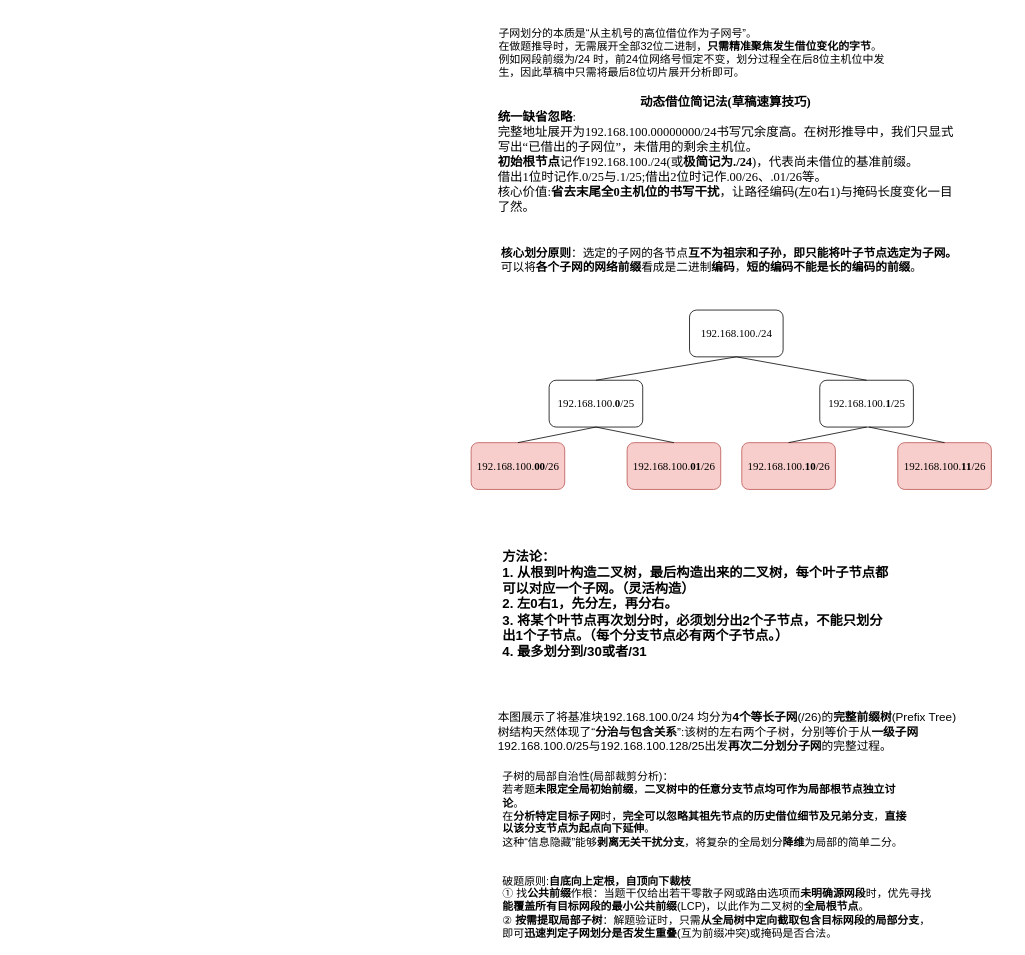
The draw.io diagram 绘图/变长掩码子网划分.drawio in galaxynn/PostgraduateEntranceExams, before the edit. Source tidied: cells renumbered, new cells numbered last; positions are measured from the earlier drawing's top-left corner, leaving out a move shared by most shapes. Both pictures are drawn from the tidied source at 78%, with x=0, y=0 at pixel (471, 13).
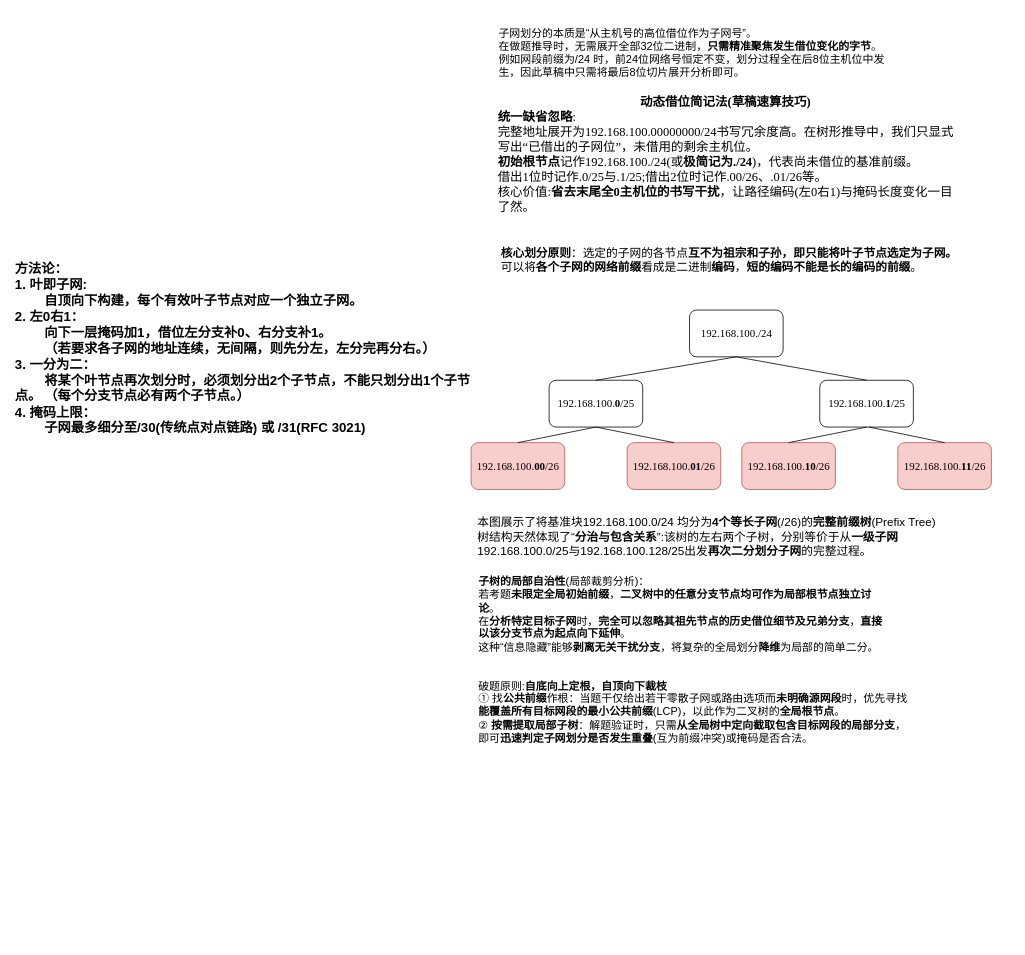
Above is the later version.

What changed in the source:
```diff
@@
-    <mxCell id="17" value="&lt;font style=&quot;font-size: 17px;&quot; face=&quot;华文中宋&quot;&gt;&lt;b&gt;方法论：&lt;br&gt;1. 从根到叶构造二叉树，最后构造出来的二叉树，每个叶子节点都可以对应一个子网。（灵活构造）&lt;br&gt;2. 左0右1，先分左，再分右。&lt;br&gt;3. 将某个叶节点再次划分时，必须划分出2个子节点，不能只划分出1个子节点。（&lt;/b&gt;&lt;/font&gt;&lt;b style=&quot;font-family: 华文中宋; font-size: 17px;&quot;&gt;每个分支节点必有两个子节点。&lt;/b&gt;&lt;font style=&quot;font-size: 17px;&quot; face=&quot;华文中宋&quot;&gt;&lt;b&gt;）&lt;br&gt;4. 最多划分到/30或者/31&lt;/b&gt;&lt;/font&gt;" style="text;html=1;align=left;verticalAlign=middle;whiteSpace=wrap;rounded=0;" parent="1" vertex="1">
-      <mxGeometry x="38" y="680" width="498" height="155" as="geometry" />
+    <mxCell id="17" value="&lt;font style=&quot;&quot; face=&quot;华文中宋&quot;&gt;&lt;b style=&quot;font-size: 17px;&quot;&gt;方法论：&lt;/b&gt;&lt;br&gt;&lt;b style=&quot;font-size: 17px;&quot;&gt;1. &lt;/b&gt;&lt;span style=&quot;font-size: 17px;&quot;&gt;&lt;b&gt;叶即子网: &lt;br&gt;&lt;span style=&quot;white-space: pre;&quot;&gt;&#9;&lt;/span&gt;自顶向下构建，每个有效叶子节点对应一个独立子网。&lt;/b&gt;&lt;/span&gt;&lt;br&gt;&lt;b style=&quot;font-size: 17px;&quot;&gt;2.&amp;nbsp;&lt;/b&gt;&lt;span style=&quot;font-size: 17px;&quot;&gt;&lt;b&gt;左0右1：&lt;br&gt;&lt;span style=&quot;white-space: pre;&quot;&gt;&#9;&lt;/span&gt;向下一层掩码加1，借位左分支补0、右分支补1。&lt;br&gt;&lt;span style=&quot;white-space: pre;&quot;&gt;&#9;&lt;/span&gt;（若要求各子网的地址连续，无间隔，则先分左，左分完再分右。）&lt;/b&gt;&lt;/span&gt;&lt;br&gt;&lt;b style=&quot;font-size: 17px;&quot;&gt;3. 一分为二：&lt;br&gt;&lt;span style=&quot;white-space: pre;&quot;&gt;&#9;&lt;/span&gt;将某个叶节点再次划分时，必须划分出2个子节点，不能只划分出1个子节点。&lt;span style=&quot;white-space: pre;&quot;&gt;&#9;&lt;/span&gt;（&lt;/b&gt;&lt;/font&gt;&lt;b style=&quot;font-family: 华文中宋; font-size: 17px;&quot;&gt;每个分支节点必有两个子节点。&lt;/b&gt;&lt;font style=&quot;font-size: 17px;&quot; face=&quot;华文中宋&quot;&gt;&lt;b&gt;）&lt;br&gt;4. 掩码上限：&lt;br&gt;&lt;/b&gt;&lt;/font&gt;&lt;span style=&quot;background-color: transparent; font-size: 17px;&quot;&gt;&lt;font face=&quot;华文中宋&quot;&gt;&lt;b&gt;&lt;span style=&quot;white-space: pre;&quot;&gt;&#9;&lt;/span&gt;子网最多细分至/30&lt;/b&gt;&lt;/font&gt;&lt;/span&gt;&lt;b style=&quot;font-size: 17px; font-family: 华文中宋; background-color: transparent; color: light-dark(rgb(0, 0, 0), rgb(255, 255, 255));&quot;&gt;(传统点对点链路) 或 /31(RFC 3021)&lt;/b&gt;" style="text;html=1;align=left;verticalAlign=middle;whiteSpace=wrap;rounded=0;" parent="1" vertex="1">
+      <mxGeometry x="-587" y="340" width="620" height="180" as="geometry" />
     </mxCell>
     <mxCell id="18" value="&lt;div style=&quot;text-align: left;&quot;&gt;&lt;font style=&quot;font-size: 15px;&quot;&gt;本图展示了将基准块192.168.100.0/24 均分为&lt;b style=&quot;&quot;&gt;4个等长子网&lt;/b&gt;(/26)的&lt;b style=&quot;&quot;&gt;完整前缀树&lt;/b&gt;(Prefix Tree)&lt;/font&gt;&lt;/div&gt;&lt;div style=&quot;text-align: left;&quot;&gt;&lt;font style=&quot;font-size: 15px;&quot;&gt;树结构天然体现了“&lt;b style=&quot;&quot;&gt;分治与包含关系&lt;/b&gt;”:该树的左右两个子树，分别等价于从&lt;b style=&quot;&quot;&gt;一级子网&lt;/b&gt; 192.168.100.0/25与192.168.100.128/25出&lt;span style=&quot;background-color: transparent; color: light-dark(rgb(0, 0, 0), rgb(255, 255, 255));&quot;&gt;发&lt;b style=&quot;&quot;&gt;再次二分划分子网&lt;/b&gt;的完整过程。&lt;/span&gt;&lt;/font&gt;&lt;/div&gt;" style="text;html=1;align=center;verticalAlign=middle;whiteSpace=wrap;rounded=0;" parent="1" vertex="1">
-      <mxGeometry x="33" y="880" width="660" height="80" as="geometry" />
+      <mxGeometry x="6.5" y="630" width="660" height="80" as="geometry" />
     </mxCell>
@@
-    <mxCell id="20" value="&lt;div&gt;&lt;font style=&quot;font-size: 14px;&quot;&gt;子树的局部自治性(局部裁剪分析)：&lt;/font&gt;&lt;/div&gt;&lt;div&gt;&lt;font style=&quot;font-size: 14px;&quot;&gt;若考题&lt;b&gt;未限定全局初始前缀&lt;/b&gt;，&lt;b&gt;二叉树中的任意分支节点均可作为局部根节点独立讨论&lt;/b&gt;。&lt;/font&gt;&lt;/div&gt;&lt;div&gt;&lt;font style=&quot;font-size: 14px;&quot;&gt;在&lt;b&gt;分析特定目标子网&lt;/b&gt;时，&lt;b&gt;完全可以忽略其祖先节点的历史借位细节及兄弟分支&lt;/b&gt;，&lt;b&gt;直接以该分支节点为起点向下延伸&lt;/b&gt;。&lt;/font&gt;&lt;/div&gt;&lt;div&gt;&lt;font style=&quot;font-size: 14px;&quot;&gt;这种“信息隐藏”能够&lt;b&gt;剥离无关干扰分支&lt;/b&gt;，将复杂的全局划分&lt;b&gt;降维&lt;/b&gt;为局部的简单二分。&lt;/font&gt;&lt;/div&gt;" style="text;html=1;align=left;verticalAlign=middle;whiteSpace=wrap;rounded=0;" parent="1" vertex="1">
-      <mxGeometry x="38" y="970" width="521.5" height="100" as="geometry" />
+    <mxCell id="20" value="&lt;div&gt;&lt;font style=&quot;font-size: 14px;&quot;&gt;&lt;b&gt;子树的局部自治性&lt;/b&gt;(局部裁剪分析)：&lt;/font&gt;&lt;/div&gt;&lt;div&gt;&lt;font style=&quot;font-size: 14px;&quot;&gt;若考题&lt;b&gt;未限定全局初始前缀&lt;/b&gt;，&lt;b&gt;二叉树中的任意分支节点均可作为局部根节点独立讨论&lt;/b&gt;。&lt;/font&gt;&lt;/div&gt;&lt;div&gt;&lt;font style=&quot;font-size: 14px;&quot;&gt;在&lt;b&gt;分析特定目标子网&lt;/b&gt;时，&lt;b&gt;完全可以忽略其祖先节点的历史借位细节及兄弟分支&lt;/b&gt;，&lt;b&gt;直接以该分支节点为起点向下延伸&lt;/b&gt;。&lt;/font&gt;&lt;/div&gt;&lt;div&gt;&lt;font style=&quot;font-size: 14px;&quot;&gt;这种“信息隐藏”能够&lt;b&gt;剥离无关干扰分支&lt;/b&gt;，将复杂的全局划分&lt;b&gt;降维&lt;/b&gt;为局部的简单二分。&lt;/font&gt;&lt;/div&gt;" style="text;html=1;align=left;verticalAlign=middle;whiteSpace=wrap;rounded=0;" parent="1" vertex="1">
+      <mxGeometry x="6.5" y="720" width="521.5" height="100" as="geometry" />
     </mxCell>
     <mxCell id="21" value="&lt;div&gt;&lt;font style=&quot;font-size: 14px;&quot;&gt;破题原则:&lt;b style=&quot;&quot;&gt;自底向上定根，自顶向下裁枝&lt;/b&gt;&lt;/font&gt;&lt;/div&gt;&lt;div&gt;&lt;font style=&quot;font-size: 14px;&quot;&gt;① 找&lt;b&gt;公共前缀&lt;/b&gt;作根：当题干仅给出若干零散子网或路由选项而&lt;b&gt;未明确源网段&lt;/b&gt;时，优先寻找&lt;b&gt;能覆盖所有目标网段的最小公共前缀&lt;/b&gt;&lt;span style=&quot;background-color: transparent; color: light-dark(rgb(0, 0, 0), rgb(255, 255, 255));&quot;&gt;(LCP)，以此作为二叉树的&lt;b&gt;全局根节点&lt;/b&gt;。&lt;/span&gt;&lt;/font&gt;&lt;/div&gt;&lt;div&gt;&lt;font style=&quot;font-size: 14px;&quot;&gt;② &lt;b&gt;按需提取局部子树&lt;/b&gt;：解题验证时，只需&lt;b&gt;从全局树中定向截取包含目标网段的局部分支&lt;/b&gt;，即可&lt;b&gt;迅速判定子网划分是否发生重叠&lt;/b&gt;(互为&lt;span style=&quot;background-color: transparent; color: light-dark(rgb(0, 0, 0), rgb(255, 255, 255));&quot;&gt;前缀冲突)或掩码是否合法。&lt;/span&gt;&lt;/font&gt;&lt;/div&gt;" style="text;html=1;align=left;verticalAlign=middle;whiteSpace=wrap;rounded=0;" parent="1" vertex="1">
-      <mxGeometry x="38" y="1100" width="560" height="90" as="geometry" />
+      <mxGeometry x="6.5" y="850" width="560" height="90" as="geometry" />
     </mxCell>
```
